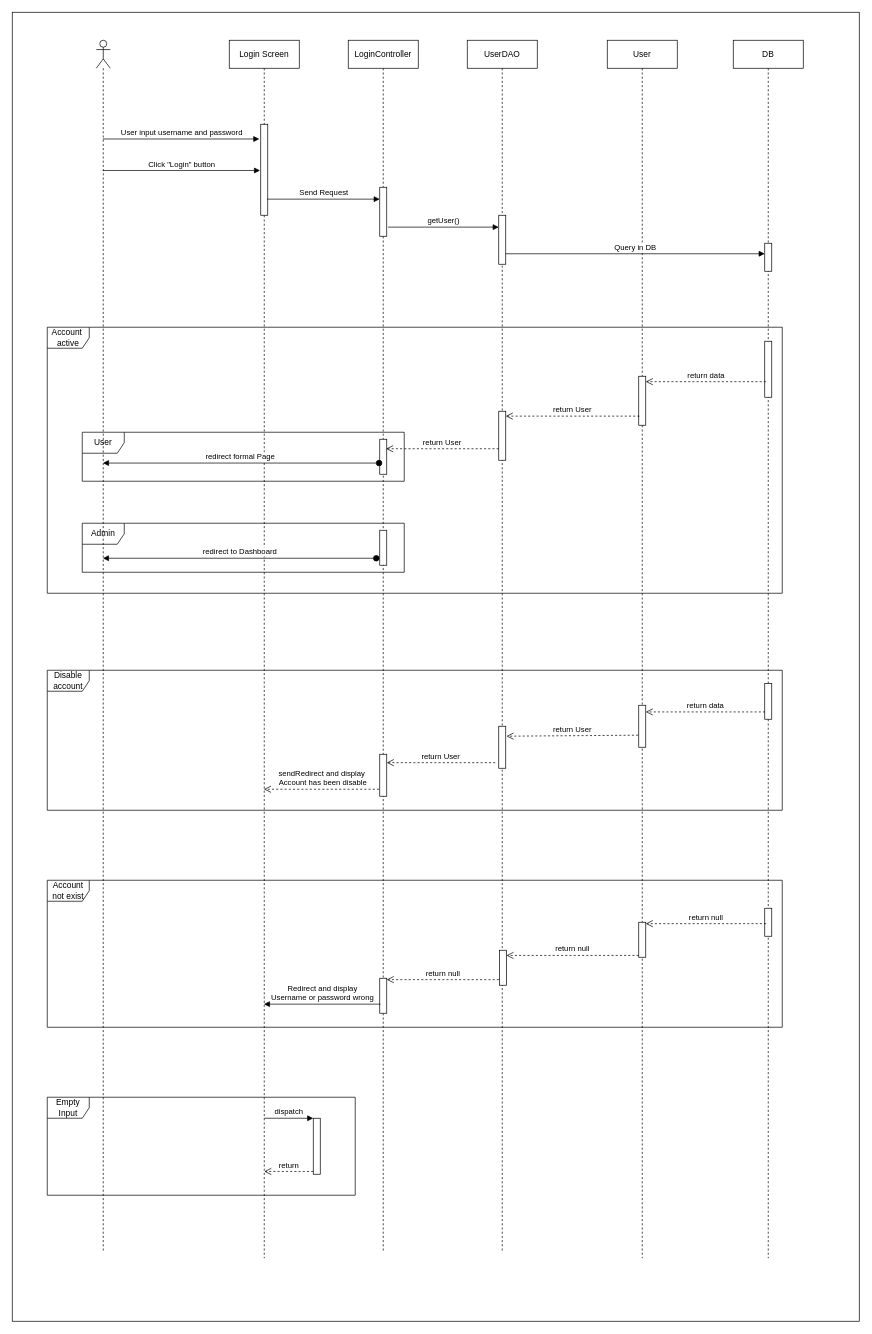
This is page "login 2" (2 of 6) of te1.drawio from baspdd/desktop-tutorial, a draw.io file, before an edit. Source tidied: cells renumbered, new cells numbered last; positions are measured from the earlier drawing's top-left corner, leaving out a move shared by most shapes. Both pictures are drawn from the tidied source at 70%, with x=0, y=0 at pixel (12, 12).
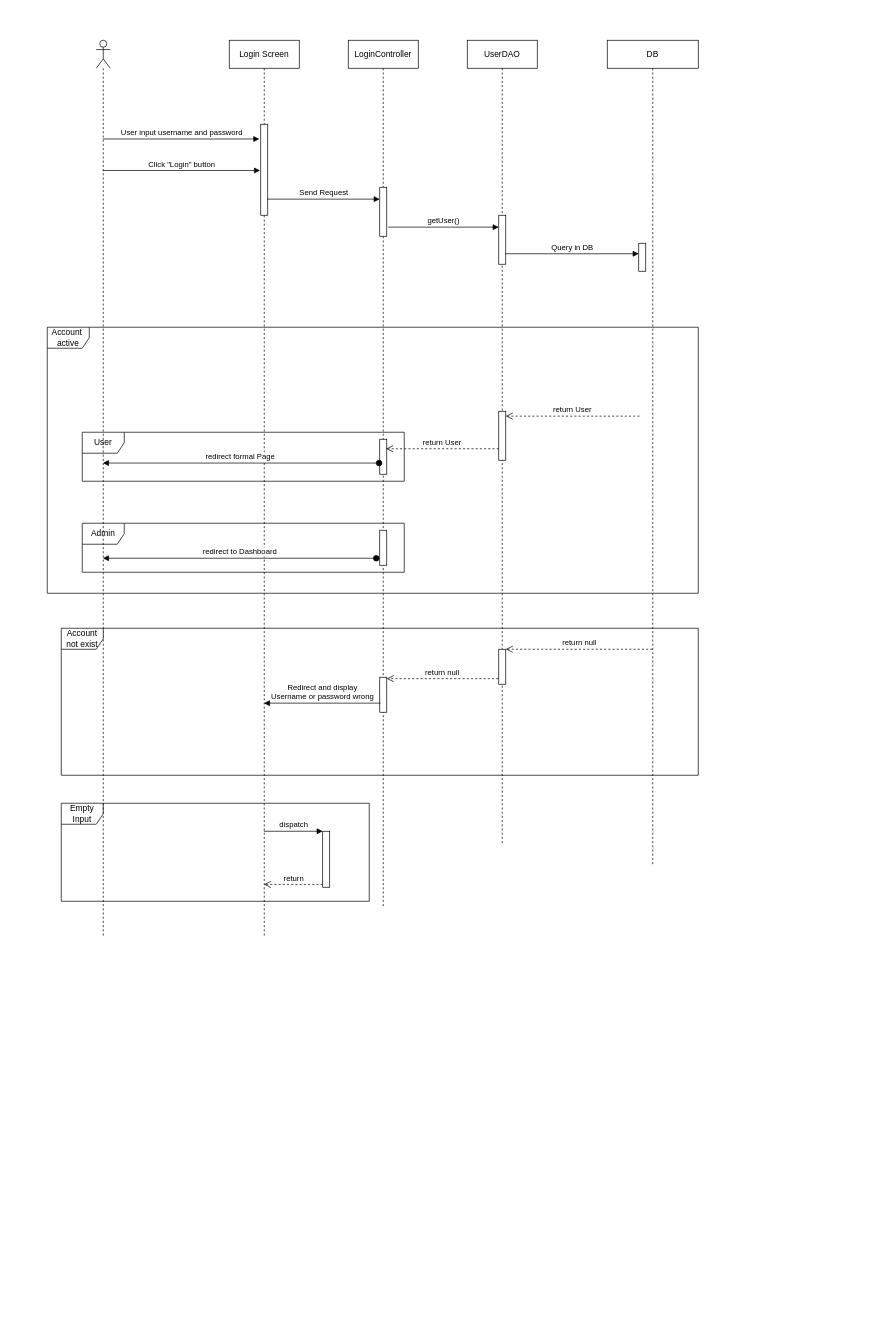
After the change.

Unchanged cells that the change refers to:
```xml
<mxCell id="24" style="html=1;points=[];perimeter=orthogonalPerimeter;" parent="22" vertex="1">
  <mxGeometry x="45" y="530" width="10" height="70" as="geometry" />
</mxCell>
```

What changed in the source:
```diff
@@
-    <mxCell id="2" style="rounded=0;whiteSpace=wrap;html=1;" parent="1" vertex="1">
-      <mxGeometry width="1210" height="1870" as="geometry" />
-    </mxCell>
     <mxCell id="3" value="Empty Input" style="shape=umlFrame;whiteSpace=wrap;html=1;" parent="1" vertex="1">
-      <mxGeometry x="50" y="1550" width="440" height="140" as="geometry" />
+      <mxGeometry x="70" y="1130" width="440" height="140" as="geometry" />
     </mxCell>
-    <mxCell id="4" value="Account not exist" style="shape=umlFrame;whiteSpace=wrap;html=1;" parent="1" vertex="1">
-      <mxGeometry x="50" y="1240" width="1050" height="210" as="geometry" />
-    </mxCell>
@@
-    <mxCell id="7" value="Disable account" style="shape=umlFrame;whiteSpace=wrap;html=1;" parent="1" vertex="1">
-      <mxGeometry x="50" y="940" width="1050" height="200" as="geometry" />
-    </mxCell>
     <mxCell id="8" value="Account&amp;nbsp; active" style="shape=umlFrame;whiteSpace=wrap;html=1;" parent="1" vertex="1">
-      <mxGeometry x="50" y="450" width="1050" height="380" as="geometry" />
+      <mxGeometry x="50" y="450" width="930" height="380" as="geometry" />
     </mxCell>
     <mxCell id="9" style="shape=umlLifeline;participant=umlActor;perimeter=lifelinePerimeter;whiteSpace=wrap;html=1;verticalAlign=top;spacingTop=36;outlineConnect=0;" parent="1" vertex="1">
-      <mxGeometry x="120" y="40" width="20" height="1730" as="geometry" />
+      <mxGeometry x="120" y="40" width="20" height="1280" as="geometry" />
     </mxCell>
     <mxCell id="10" value="Login Screen" style="shape=umlLifeline;perimeter=lifelinePerimeter;whiteSpace=wrap;html=1;outlineConnect=0;" parent="1" vertex="1">
-      <mxGeometry x="310" y="40" width="100" height="1740" as="geometry" />
+      <mxGeometry x="310" y="40" width="100" height="1280" as="geometry" />
     </mxCell>
@@
     <mxCell id="14" value="LoginController" style="shape=umlLifeline;perimeter=lifelinePerimeter;whiteSpace=wrap;html=1;" parent="1" vertex="1">
-      <mxGeometry x="480" y="40" width="100" height="1730" as="geometry" />
+      <mxGeometry x="480" y="40" width="100" height="1240" as="geometry" />
     </mxCell>
@@
-    <mxCell id="18" style="html=1;points=[];perimeter=orthogonalPerimeter;" parent="14" vertex="1">
-      <mxGeometry x="45" y="1020" width="10" height="60" as="geometry" />
-    </mxCell>
     <mxCell id="19" style="html=1;points=[];perimeter=orthogonalPerimeter;" parent="14" vertex="1">
-      <mxGeometry x="45" y="1340" width="10" height="50" as="geometry" />
+      <mxGeometry x="45" y="910" width="10" height="50" as="geometry" />
     </mxCell>
@@
     <mxCell id="22" value="UserDAO" style="shape=umlLifeline;perimeter=lifelinePerimeter;whiteSpace=wrap;html=1;" parent="1" vertex="1">
-      <mxGeometry x="650" y="40" width="100" height="1730" as="geometry" />
+      <mxGeometry x="650" y="40" width="100" height="1150" as="geometry" />
     </mxCell>
@@
-    <mxCell id="25" style="html=1;points=[];perimeter=orthogonalPerimeter;" parent="22" vertex="1">
-      <mxGeometry x="45" y="980" width="10" height="60" as="geometry" />
-    </mxCell>
     <mxCell id="26" style="html=1;points=[];perimeter=orthogonalPerimeter;" parent="22" vertex="1">
-      <mxGeometry x="46" y="1300" width="10" height="50" as="geometry" />
+      <mxGeometry x="45" y="870" width="10" height="50" as="geometry" />
     </mxCell>
-    <mxCell id="27" value="User" style="shape=umlLifeline;perimeter=lifelinePerimeter;whiteSpace=wrap;html=1;" parent="1" vertex="1">
-      <mxGeometry x="850" y="40" width="100" height="1740" as="geometry" />
-    </mxCell>
-    <mxCell id="28" style="html=1;points=[];perimeter=orthogonalPerimeter;" parent="27" vertex="1">
-      <mxGeometry x="45" y="480" width="10" height="70" as="geometry" />
-    </mxCell>
-    <mxCell id="29" style="html=1;points=[];perimeter=orthogonalPerimeter;" parent="27" vertex="1">
-      <mxGeometry x="45" y="950" width="10" height="60" as="geometry" />
-    </mxCell>
-    <mxCell id="30" style="html=1;points=[];perimeter=orthogonalPerimeter;" parent="27" vertex="1">
-      <mxGeometry x="45" y="1260" width="10" height="50" as="geometry" />
-    </mxCell>
     <mxCell id="31" value="DB" style="shape=umlLifeline;perimeter=lifelinePerimeter;whiteSpace=wrap;html=1;outlineConnect=0;" parent="1" vertex="1">
-      <mxGeometry x="1030" y="40" width="100" height="1740" as="geometry" />
+      <mxGeometry x="850" y="40" width="130" height="1180" as="geometry" />
     </mxCell>
@@
-    <mxCell id="33" style="html=1;points=[];perimeter=orthogonalPerimeter;" parent="31" vertex="1">
-      <mxGeometry x="45" y="430" width="10" height="80" as="geometry" />
-    </mxCell>
-    <mxCell id="34" style="html=1;points=[];perimeter=orthogonalPerimeter;" parent="31" vertex="1">
-      <mxGeometry x="45" y="919" width="10" height="51" as="geometry" />
-    </mxCell>
-    <mxCell id="35" style="html=1;points=[];perimeter=orthogonalPerimeter;" parent="31" vertex="1">
-      <mxGeometry x="45" y="1240" width="10" height="40" as="geometry" />
-    </mxCell>
+    <mxCell id="4" value="Account not exist" style="shape=umlFrame;whiteSpace=wrap;html=1;" parent="31" vertex="1">
+      <mxGeometry x="-780" y="840" width="910" height="210" as="geometry" />
+    </mxCell>
@@
-    <mxCell id="37" value="return data" style="html=1;verticalAlign=bottom;endArrow=open;dashed=1;endSize=8;rounded=0;exitX=0.165;exitY=0.722;exitDx=0;exitDy=0;exitPerimeter=0;" parent="1" edge="1" source="33" target="28">
-      <mxGeometry relative="1" as="geometry" />
-    </mxCell>
-    <mxCell id="38" value="return User" style="html=1;verticalAlign=bottom;endArrow=open;dashed=1;endSize=8;rounded=0;exitX=0.1;exitY=0.814;exitDx=0;exitDy=0;exitPerimeter=0;" parent="1" edge="1" source="28" target="24">
-      <mxGeometry relative="1" as="geometry" />
+    <mxCell id="38" value="return User" style="html=1;verticalAlign=bottom;endArrow=open;dashed=1;endSize=8;rounded=0;exitX=0.1;exitY=0.814;exitDx=0;exitDy=0;exitPerimeter=0;" parent="1" edge="1" target="24">
+      <mxGeometry relative="1" as="geometry">
+        <mxPoint x="896" y="577" as="sourcePoint" />
+      </mxGeometry>
     </mxCell>
@@
-    <mxCell id="40" value="return data" style="html=1;verticalAlign=bottom;endArrow=open;dashed=1;endSize=8;rounded=0;exitX=0.047;exitY=0.795;exitDx=0;exitDy=0;exitPerimeter=0;" parent="1" edge="1" source="34" target="29">
-      <mxGeometry relative="1" as="geometry" />
-    </mxCell>
-    <mxCell id="41" value="return User" style="html=1;verticalAlign=bottom;endArrow=open;dashed=1;endSize=8;rounded=0;exitX=-0.08;exitY=0.713;exitDx=0;exitDy=0;exitPerimeter=0;entryX=1.106;entryY=0.237;entryDx=0;entryDy=0;entryPerimeter=0;" parent="1" edge="1" source="29" target="25">
-      <mxGeometry relative="1" as="geometry" />
-    </mxCell>
-    <mxCell id="42" value="return User" style="html=1;verticalAlign=bottom;endArrow=open;dashed=1;endSize=8;rounded=0;exitX=-0.5;exitY=0.867;exitDx=0;exitDy=0;exitPerimeter=0;" parent="1" edge="1" source="25" target="18">
-      <mxGeometry relative="1" as="geometry" />
-    </mxCell>
-    <mxCell id="43" value="sendRedirect and display&lt;br&gt;&amp;nbsp;Account has been disable" style="html=1;verticalAlign=bottom;endArrow=open;dashed=1;endSize=8;rounded=0;exitX=-0.1;exitY=0.833;exitDx=0;exitDy=0;exitPerimeter=0;" parent="1" edge="1" source="18" target="10">
-      <mxGeometry relative="1" as="geometry" />
-    </mxCell>
-    <mxCell id="44" value="return null" style="html=1;verticalAlign=bottom;endArrow=open;dashed=1;endSize=8;rounded=0;exitX=0.2;exitY=0.55;exitDx=0;exitDy=0;exitPerimeter=0;" parent="1" edge="1" source="35" target="30">
-      <mxGeometry relative="1" as="geometry" />
-    </mxCell>
-    <mxCell id="45" value="return null" style="html=1;verticalAlign=bottom;endArrow=open;dashed=1;endSize=8;rounded=0;exitX=0;exitY=1;exitDx=0;exitDy=0;exitPerimeter=0;" parent="1" edge="1" target="26">
-      <mxGeometry relative="1" as="geometry">
-        <mxPoint x="895" y="1347.4" as="sourcePoint" />
-      </mxGeometry>
+    <mxCell id="45" value="return null" style="html=1;verticalAlign=bottom;endArrow=open;dashed=1;endSize=8;rounded=0;" parent="1" edge="1" source="31" target="26">
+      <mxGeometry relative="1" as="geometry" />
     </mxCell>
@@
     <mxCell id="50" style="html=1;points=[];perimeter=orthogonalPerimeter;" parent="1" vertex="1">
-      <mxGeometry x="430" y="1580" width="10" height="80" as="geometry" />
+      <mxGeometry x="443.5" y="1170" width="10" height="80" as="geometry" />
     </mxCell>
-    <mxCell id="51" value="dispatch" style="html=1;verticalAlign=bottom;endArrow=block;entryX=0;entryY=0;rounded=0;" parent="1" edge="1" target="50">
-      <mxGeometry relative="1" as="geometry">
-        <mxPoint x="360" y="1580" as="sourcePoint" />
-      </mxGeometry>
+    <mxCell id="51" value="dispatch" style="html=1;verticalAlign=bottom;endArrow=block;entryX=0;entryY=0;rounded=0;" parent="1" edge="1" source="10" target="50">
+      <mxGeometry relative="1" as="geometry" />
     </mxCell>
-    <mxCell id="52" value="return" style="html=1;verticalAlign=bottom;endArrow=open;dashed=1;endSize=8;exitX=0;exitY=0.95;rounded=0;" parent="1" edge="1" source="50">
-      <mxGeometry relative="1" as="geometry">
-        <mxPoint x="360" y="1656" as="targetPoint" />
-      </mxGeometry>
+    <mxCell id="52" value="return" style="html=1;verticalAlign=bottom;endArrow=open;dashed=1;endSize=8;exitX=0;exitY=0.95;rounded=0;" parent="1" edge="1" source="50" target="10">
+      <mxGeometry relative="1" as="geometry" />
     </mxCell>
```
